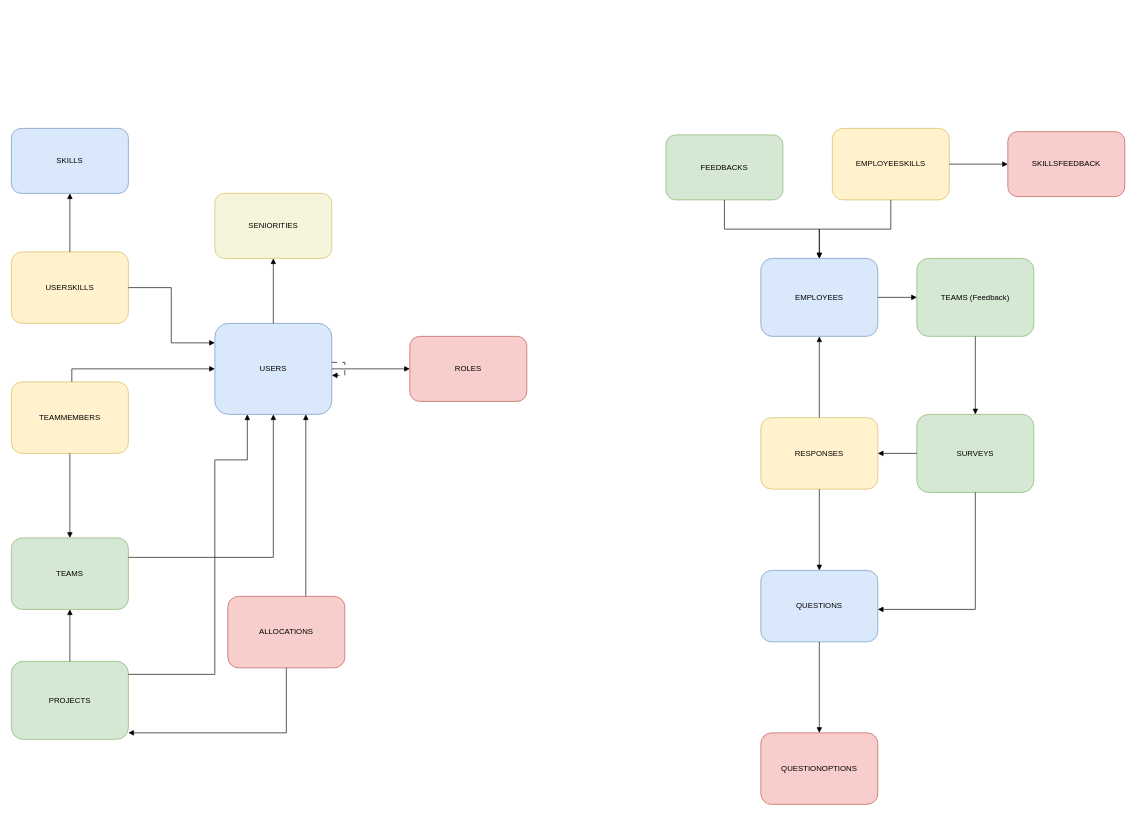
Above: diagrama.drawio in felpscg/btp-team-insight-platform (draw.io), before the change. Source tidied: cells renumbered, new cells numbered last; positions are measured from the earlier drawing's top-left corner, leaving out a move shared by most shapes. Both pictures are drawn from the tidied source at 65%, with x=0, y=0 at pixel (11, 128).
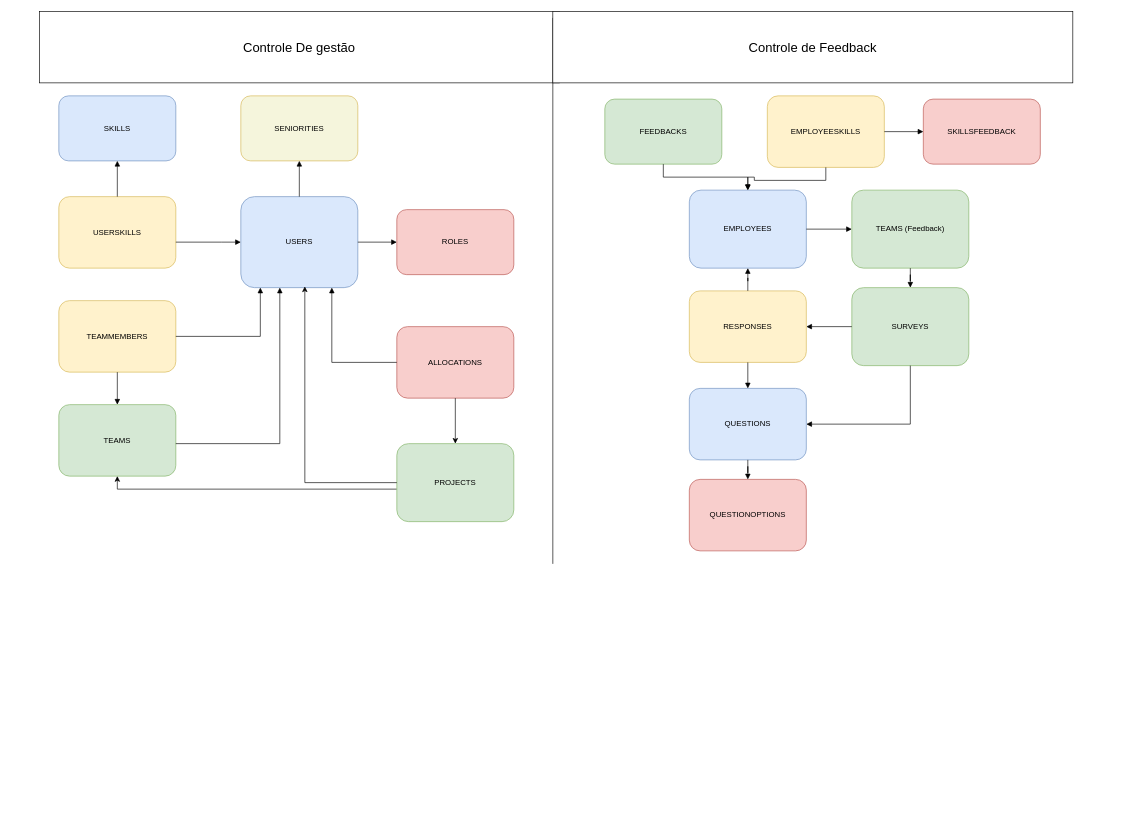
The same diagram, later.

The edit, as a diff of the source:
```diff
@@
-<mxGraphModel>
+<mxGraphModel background="#ffffff">
@@
     <mxCell id="2" value="USERS" style="rounded=1;whiteSpace=wrap;html=1;fillColor=#dae8fc;strokeColor=#6c8ebf;fontSize=12;" parent="1" vertex="1">
-      <mxGeometry x="313" y="300" width="180" height="140" as="geometry" />
+      <mxGeometry x="353" y="105" width="180" height="140" as="geometry" />
     </mxCell>
     <mxCell id="3" value="ROLES" style="rounded=1;whiteSpace=wrap;html=1;fillColor=#f8cecc;strokeColor=#b85450;fontSize=12;" parent="1" vertex="1">
-      <mxGeometry x="613" y="320" width="180" height="100" as="geometry" />
+      <mxGeometry x="593" y="125" width="180" height="100" as="geometry" />
     </mxCell>
     <mxCell id="4" value="SENIORITIES" style="rounded=1;whiteSpace=wrap;html=1;fillColor=#f5f5dc;strokeColor=#d6b656;fontSize=12;" parent="1" vertex="1">
-      <mxGeometry x="313" y="100" width="180" height="100" as="geometry" />
+      <mxGeometry x="353" y="-50" width="180" height="100" as="geometry" />
     </mxCell>
     <mxCell id="5" value="TEAMS" style="rounded=1;whiteSpace=wrap;html=1;fillColor=#d5e8d4;strokeColor=#82b366;fontSize=12;" parent="1" vertex="1">
-      <mxGeometry y="630" width="180" height="110" as="geometry" />
+      <mxGeometry x="73" y="425" width="180" height="110" as="geometry" />
     </mxCell>
     <mxCell id="6" value="TEAMMEMBERS" style="rounded=1;whiteSpace=wrap;html=1;fillColor=#fff2cc;strokeColor=#d6b656;fontSize=12;" parent="1" vertex="1">
-      <mxGeometry y="390" width="180" height="110" as="geometry" />
+      <mxGeometry x="73" y="265" width="180" height="110" as="geometry" />
     </mxCell>
+    <mxCell id="27" style="edgeStyle=orthogonalEdgeStyle;rounded=0;jettySize=auto;html=1;entryX=0.5;entryY=1;entryDx=0;entryDy=0;" parent="1" edge="1" source="7" target="5">
+      <mxGeometry relative="1" as="geometry">
+        <Array as="points">
+          <mxPoint x="163" y="555" />
+        </Array>
+      </mxGeometry>
+    </mxCell>
     <mxCell id="7" value="PROJECTS" style="rounded=1;whiteSpace=wrap;html=1;fillColor=#d5e8d4;strokeColor=#82b366;fontSize=12;" parent="1" vertex="1">
-      <mxGeometry y="820" width="180" height="120" as="geometry" />
+      <mxGeometry x="593" y="485" width="180" height="120" as="geometry" />
     </mxCell>
     <mxCell id="8" value="ALLOCATIONS" style="rounded=1;whiteSpace=wrap;html=1;fillColor=#f8cecc;strokeColor=#b85450;fontSize=12;" parent="1" vertex="1">
-      <mxGeometry x="333" y="720" width="180" height="110" as="geometry" />
+      <mxGeometry x="593" y="305" width="180" height="110" as="geometry" />
     </mxCell>
     <mxCell id="9" value="SKILLS" style="rounded=1;whiteSpace=wrap;html=1;fillColor=#dae8fc;strokeColor=#6c8ebf;fontSize=12;" parent="1" vertex="1">
-      <mxGeometry width="180" height="100" as="geometry" />
+      <mxGeometry x="73" y="-50" width="180" height="100" as="geometry" />
     </mxCell>
     <mxCell id="10" value="USERSKILLS" style="rounded=1;whiteSpace=wrap;html=1;fillColor=#fff2cc;strokeColor=#d6b656;fontSize=12;" parent="1" vertex="1">
-      <mxGeometry y="190" width="180" height="110" as="geometry" />
+      <mxGeometry x="73" y="105" width="180" height="110" as="geometry" />
     </mxCell>
     <mxCell id="11" value="EMPLOYEES" style="rounded=1;whiteSpace=wrap;html=1;fillColor=#dae8fc;strokeColor=#6c8ebf;fontSize=12;" parent="1" vertex="1">
-      <mxGeometry x="1153" y="200" width="180" height="120" as="geometry" />
+      <mxGeometry x="1043" y="95" width="180" height="120" as="geometry" />
     </mxCell>
     <mxCell id="12" value="SKILLSFEEDBACK" style="rounded=1;whiteSpace=wrap;html=1;fillColor=#f8cecc;strokeColor=#b85450;fontSize=12;" parent="1" vertex="1">
-      <mxGeometry x="1533" y="5" width="180" height="100" as="geometry" />
+      <mxGeometry x="1403" y="-45" width="180" height="100" as="geometry" />
     </mxCell>
     <mxCell id="13" value="EMPLOYEESKILLS" style="rounded=1;whiteSpace=wrap;html=1;fillColor=#fff2cc;strokeColor=#d6b656;fontSize=12;" parent="1" vertex="1">
-      <mxGeometry x="1263" width="180" height="110" as="geometry" />
+      <mxGeometry x="1163" y="-50" width="180" height="110" as="geometry" />
     </mxCell>
     <mxCell id="14" value="TEAMS (Feedback)" style="rounded=1;whiteSpace=wrap;html=1;fillColor=#d5e8d4;strokeColor=#82b366;fontSize=12;" parent="1" vertex="1">
-      <mxGeometry x="1393" y="200" width="180" height="120" as="geometry" />
+      <mxGeometry x="1293" y="95" width="180" height="120" as="geometry" />
     </mxCell>
     <mxCell id="15" value="SURVEYS" style="rounded=1;whiteSpace=wrap;html=1;fillColor=#d5e8d4;strokeColor=#82b366;fontSize=12;" parent="1" vertex="1">
-      <mxGeometry x="1393" y="440" width="180" height="120" as="geometry" />
+      <mxGeometry x="1293" y="245" width="180" height="120" as="geometry" />
     </mxCell>
     <mxCell id="16" value="QUESTIONS" style="rounded=1;whiteSpace=wrap;html=1;fillColor=#dae8fc;strokeColor=#6c8ebf;fontSize=12;" parent="1" vertex="1">
-      <mxGeometry x="1153" y="680" width="180" height="110" as="geometry" />
+      <mxGeometry x="1043" y="400" width="180" height="110" as="geometry" />
     </mxCell>
     <mxCell id="17" value="QUESTIONOPTIONS" style="rounded=1;whiteSpace=wrap;html=1;fillColor=#f8cecc;strokeColor=#b85450;fontSize=12;" parent="1" vertex="1">
-      <mxGeometry x="1153" y="930" width="180" height="110" as="geometry" />
+      <mxGeometry x="1043" y="540" width="180" height="110" as="geometry" />
     </mxCell>
     <mxCell id="18" value="RESPONSES" style="rounded=1;whiteSpace=wrap;html=1;fillColor=#fff2cc;strokeColor=#d6b656;fontSize=12;" parent="1" vertex="1">
-      <mxGeometry x="1153" y="445" width="180" height="110" as="geometry" />
+      <mxGeometry x="1043" y="250" width="180" height="110" as="geometry" />
     </mxCell>
     <mxCell id="19" value="FEEDBACKS" style="rounded=1;whiteSpace=wrap;html=1;fillColor=#d5e8d4;strokeColor=#82b366;fontSize=12;" parent="1" vertex="1">
-      <mxGeometry x="1007" y="10" width="180" height="100" as="geometry" />
+      <mxGeometry x="913" y="-45" width="180" height="100" as="geometry" />
     </mxCell>
@@
-    <mxCell id="22" style="edgeStyle=orthogonalEdgeStyle;rounded=0;orthogonalLoop=1;jettySize=auto;html=1;endArrow=block;dashed=1;dashPattern=8 8;" parent="1" edge="1" source="2" target="2">
-      <mxGeometry relative="1" as="geometry" />
-    </mxCell>
     <mxCell id="23" style="edgeStyle=orthogonalEdgeStyle;rounded=0;jettySize=auto;html=1;endArrow=block;" parent="1" edge="1" source="5" target="2">
       <mxGeometry relative="1" as="geometry">
         <Array as="points">
-          <mxPoint x="403" y="660" />
+          <mxPoint x="413" y="485" />
         </Array>
       </mxGeometry>
     </mxCell>
     <mxCell id="24" style="edgeStyle=orthogonalEdgeStyle;rounded=0;jettySize=auto;html=1;endArrow=block;" parent="1" edge="1" source="6" target="2">
       <mxGeometry relative="1" as="geometry">
         <Array as="points">
-          <mxPoint x="93" y="370" />
+          <mxPoint x="383" y="320" />
         </Array>
       </mxGeometry>
     </mxCell>
     <mxCell id="25" style="edgeStyle=orthogonalEdgeStyle;rounded=0;jettySize=auto;html=1;endArrow=block;" parent="1" edge="1" source="6" target="5">
       <mxGeometry relative="1" as="geometry">
         <Array as="points">
-          <mxPoint x="90" y="570" />
-          <mxPoint x="90" y="570" />
+          <mxPoint x="130" y="525" />
+          <mxPoint x="130" y="525" />
         </Array>
       </mxGeometry>
     </mxCell>
-    <mxCell id="26" style="edgeStyle=orthogonalEdgeStyle;rounded=0;jettySize=auto;html=1;endArrow=block;" parent="1" edge="1" source="7" target="2">
-      <mxGeometry relative="1" as="geometry">
-        <Array as="points">
-          <mxPoint x="313" y="840" />
-          <mxPoint x="313" y="510" />
-          <mxPoint x="363" y="510" />
-        </Array>
-      </mxGeometry>
-    </mxCell>
-    <mxCell id="27" style="edgeStyle=orthogonalEdgeStyle;rounded=0;jettySize=auto;html=1;endArrow=block;" parent="1" edge="1" source="7" target="5">
-      <mxGeometry relative="1" as="geometry">
-        <Array as="points">
-          <mxPoint x="90" y="770" />
-          <mxPoint x="90" y="770" />
-        </Array>
-      </mxGeometry>
-    </mxCell>
     <mxCell id="28" style="edgeStyle=orthogonalEdgeStyle;rounded=0;jettySize=auto;html=1;endArrow=block;" parent="1" edge="1" source="8" target="2">
       <mxGeometry relative="1" as="geometry">
         <Array as="points">
-          <mxPoint x="453" y="610" />
-          <mxPoint x="453" y="610" />
+          <mxPoint x="493" y="360" />
         </Array>
       </mxGeometry>
     </mxCell>
-    <mxCell id="29" style="edgeStyle=orthogonalEdgeStyle;rounded=0;jettySize=auto;html=1;endArrow=block;" parent="1" edge="1" source="8" target="7">
-      <mxGeometry relative="1" as="geometry">
-        <Array as="points">
-          <mxPoint x="213" y="930" />
-          <mxPoint x="523" y="930" />
-        </Array>
-      </mxGeometry>
-    </mxCell>
     <mxCell id="30" style="edgeStyle=orthogonalEdgeStyle;rounded=0;jettySize=auto;html=1;endArrow=block;" parent="1" edge="1" source="10" target="2">
       <mxGeometry relative="1" as="geometry">
         <Array as="points">
-          <mxPoint x="246" y="245" />
-          <mxPoint x="246" y="330" />
+          <mxPoint x="323" y="175" />
+          <mxPoint x="323" y="175" />
         </Array>
       </mxGeometry>
     </mxCell>
@@
     <mxCell id="36" style="edgeStyle=orthogonalEdgeStyle;rounded=0;jettySize=auto;html=1;endArrow=block;" parent="1" edge="1" source="15" target="16">
       <mxGeometry relative="1" as="geometry">
         <Array as="points">
-          <mxPoint x="1483" y="740" />
+          <mxPoint x="1383" y="455" />
         </Array>
       </mxGeometry>
     </mxCell>
@@
+    <mxCell id="42" value="&lt;font style=&quot;font-size: 20px;&quot;&gt;Controle De gestão&lt;/font&gt;" style="rounded=0;whiteSpace=wrap;html=1;" parent="1" vertex="1">
+      <mxGeometry x="43" y="-180" width="800" height="110" as="geometry" />
+    </mxCell>
+    <mxCell id="43" style="endArrow=none;html=1;rounded=0;entryX=0.5;entryY=0;entryDx=0;entryDy=0;" parent="1" edge="1">
+      <mxGeometry relative="1" as="geometry">
+        <mxPoint x="833" y="670" as="sourcePoint" />
+        <mxPoint x="833" y="-170" as="targetPoint" />
+      </mxGeometry>
+    </mxCell>
+    <mxCell id="44" value="&lt;font style=&quot;font-size: 20px;&quot;&gt;Controle de Feedback&lt;/font&gt;" style="rounded=0;whiteSpace=wrap;html=1;" parent="1" vertex="1">
+      <mxGeometry x="833" y="-180" width="800" height="110" as="geometry" />
+    </mxCell>
+    <mxCell id="29" style="edgeStyle=orthogonalEdgeStyle;rounded=0;jettySize=auto;html=1;entryX=0.5;entryY=0;entryDx=0;entryDy=0;" parent="1" edge="1" source="8" target="7">
+      <mxGeometry relative="1" as="geometry" />
+    </mxCell>
+    <mxCell id="26" style="edgeStyle=orthogonalEdgeStyle;rounded=0;jettySize=auto;html=1;entryX=0.547;entryY=0.987;entryDx=0;entryDy=0;entryPerimeter=0;" parent="1" edge="1" source="7" target="2">
+      <mxGeometry relative="1" as="geometry" />
+    </mxCell>
```
